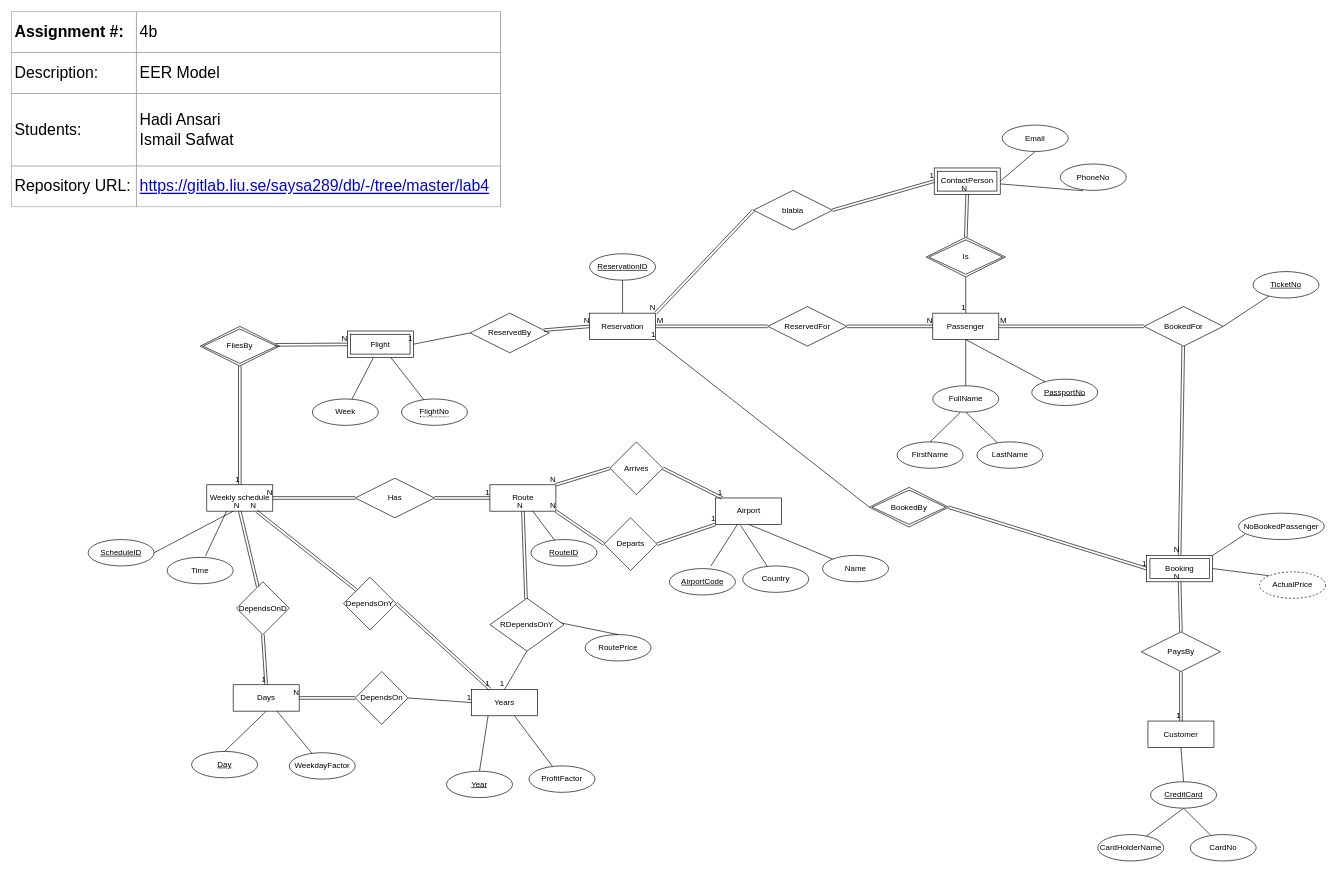
Earlier version of the draw.io diagram page "EER Model" (1 of 2) of lab4/Assignment4b.drawio (hadi-ansari/TDDD12). Source tidied: cells renumbered, new cells numbered last; positions are measured from the earlier drawing's top-left corner, leaving out a move shared by most shapes. Both pictures are drawn from the tidied source at 66%, with x=0, y=0 at pixel (11, 11).
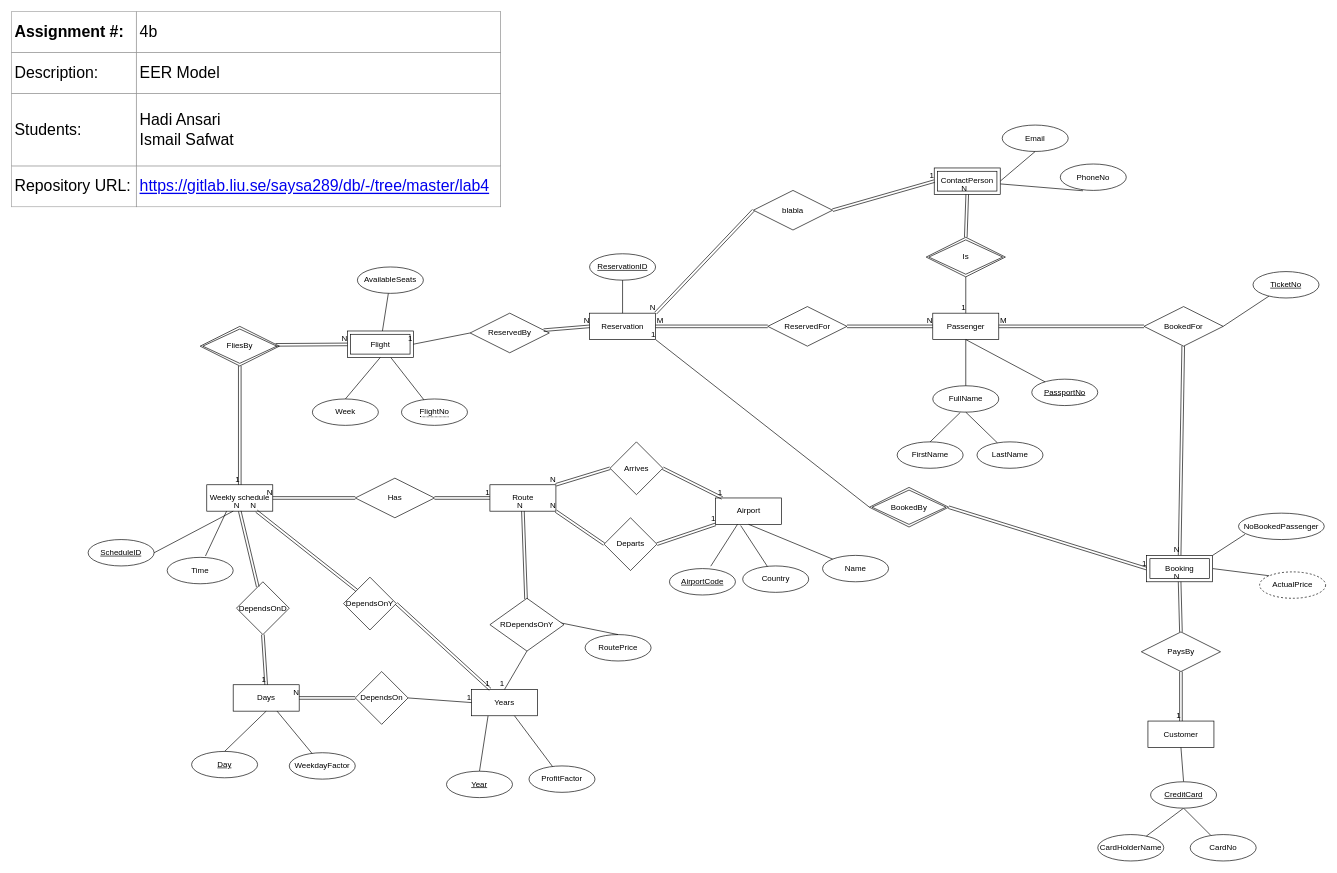
The same diagram, later.

The change refers to these unchanged cells:
```xml
<mxCell id="3" value="Week" style="ellipse;whiteSpace=wrap;html=1;align=center;" parent="1" vertex="1">
  <mxGeometry x="455.8" y="587" width="100" height="40" as="geometry" />
</mxCell>
<mxCell id="5" value="Flight" style="shape=ext;margin=3;double=1;whiteSpace=wrap;html=1;align=center;" parent="1" vertex="1">
  <mxGeometry x="508.8" y="484" width="100" height="40" as="geometry" />
</mxCell>
<mxCell id="11" value="Route" style="whiteSpace=wrap;html=1;align=center;" parent="1" vertex="1">
  <mxGeometry x="724.8" y="717" width="100" height="40" as="geometry" />
</mxCell>
```

The edit, as a diff of the source:
```diff
@@
-    <mxCell id="4" style="endArrow=none;html=1;rounded=0;" parent="1" edge="1" source="5" target="3">
+    <mxCell id="4" style="endArrow=none;html=1;rounded=0;" parent="1" edge="1" source="5" target="141">
       <mxGeometry relative="1" as="geometry" />
     </mxCell>
@@
-    <mxCell id="105" value="RouteID" style="ellipse;whiteSpace=wrap;html=1;align=center;fontStyle=4;" parent="1" vertex="1">
-      <mxGeometry x="787" y="800" width="100" height="40" as="geometry" />
-    </mxCell>
-    <mxCell id="106" style="endArrow=none;html=1;rounded=0;" parent="1" edge="1" source="11" target="105">
-      <mxGeometry relative="1" as="geometry" />
-    </mxCell>
@@
+    <mxCell id="141" value="AvailableSeats" style="ellipse;whiteSpace=wrap;html=1;align=center;" parent="1" vertex="1">
+      <mxGeometry x="524" y="387" width="100" height="40" as="geometry" />
+    </mxCell>
+    <mxCell id="142" style="endArrow=none;html=1;rounded=0;entryX=0.5;entryY=0;entryDx=0;entryDy=0;exitX=0.5;exitY=1;exitDx=0;exitDy=0;" parent="1" edge="1" source="5" target="3">
+      <mxGeometry relative="1" as="geometry" />
+    </mxCell>
```
